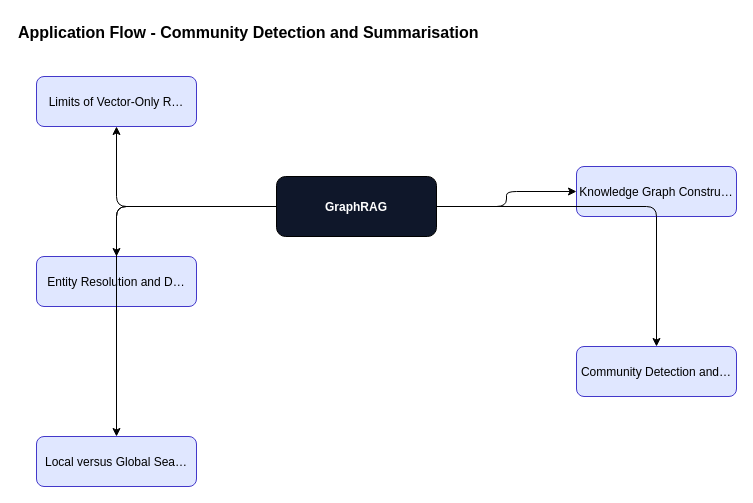
ankit05121980/AI-University keeps this draw.io diagram as content/graphrag/graphrag-foundations/diagrams/fig-005-application-flow.drawio. Above is the earlier version. Source tidied: cells renumbered, new cells numbered last; positions are measured from the earlier drawing's top-left corner, leaving out a move shared by most shapes. Both pictures are drawn from the tidied source at 100%, with x=0, y=0 at pixel (16, 16).
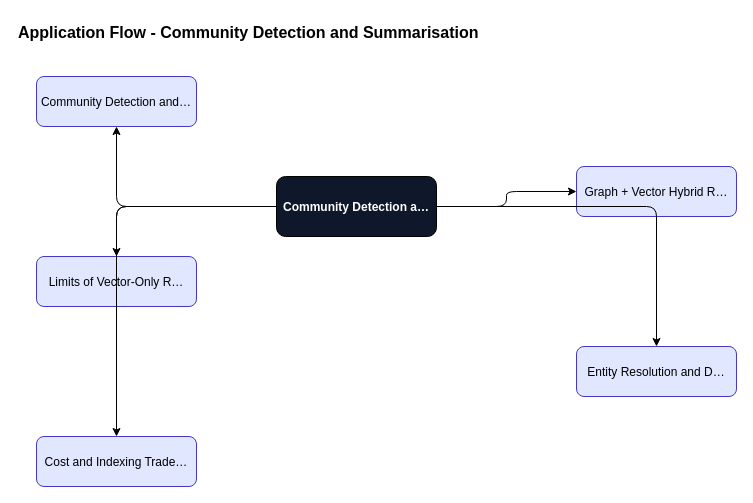
The same diagram, later.

What changed in the source:
```diff
@@
 <mxGraphModel>
   <root>
     <mxCell id="0" />
     <mxCell id="1" parent="0" />
     <mxCell id="2" value="Application Flow - Community Detection and Summarisation" style="text;fontSize=16;fontStyle=1;" parent="1" vertex="1">
       <mxGeometry width="600" height="30" as="geometry" />
     </mxCell>
-    <mxCell id="3" value="GraphRAG" style="rounded=1;fillColor=#0f172a;fontColor=#ffffff;fontStyle=1;" parent="1" vertex="1">
+    <mxCell id="3" value="Community Detection a…" style="rounded=1;fillColor=#0f172a;fontColor=#ffffff;fontStyle=1;" parent="1" vertex="1">
       <mxGeometry x="260" y="160" width="160" height="60" as="geometry" />
     </mxCell>
-    <mxCell id="4" value="Limits of Vector-Only R…" style="rounded=1;fillColor=#e0e7ff;strokeColor=#4338ca;" parent="1" vertex="1">
+    <mxCell id="4" value="Community Detection and…" style="rounded=1;fillColor=#e0e7ff;strokeColor=#4338ca;" parent="1" vertex="1">
       <mxGeometry x="20" y="60" width="160" height="50" as="geometry" />
     </mxCell>
     <mxCell id="5" style="edgeStyle=orthogonalEdgeStyle;" parent="1" edge="1" source="3" target="4">
       <mxGeometry relative="1" as="geometry" />
     </mxCell>
-    <mxCell id="6" value="Knowledge Graph Constru…" style="rounded=1;fillColor=#e0e7ff;strokeColor=#4338ca;" parent="1" vertex="1">
+    <mxCell id="6" value="Graph + Vector Hybrid R…" style="rounded=1;fillColor=#e0e7ff;strokeColor=#4338ca;" parent="1" vertex="1">
       <mxGeometry x="560" y="150" width="160" height="50" as="geometry" />
     </mxCell>
     <mxCell id="7" style="edgeStyle=orthogonalEdgeStyle;" parent="1" edge="1" source="3" target="6">
       <mxGeometry relative="1" as="geometry" />
     </mxCell>
-    <mxCell id="8" value="Entity Resolution and D…" style="rounded=1;fillColor=#e0e7ff;strokeColor=#4338ca;" parent="1" vertex="1">
+    <mxCell id="8" value="Limits of Vector-Only R…" style="rounded=1;fillColor=#e0e7ff;strokeColor=#4338ca;" parent="1" vertex="1">
       <mxGeometry x="20" y="240" width="160" height="50" as="geometry" />
     </mxCell>
     <mxCell id="9" style="edgeStyle=orthogonalEdgeStyle;" parent="1" edge="1" source="3" target="8">
       <mxGeometry relative="1" as="geometry" />
     </mxCell>
-    <mxCell id="10" value="Community Detection and…" style="rounded=1;fillColor=#e0e7ff;strokeColor=#4338ca;" parent="1" vertex="1">
+    <mxCell id="10" value="Entity Resolution and D…" style="rounded=1;fillColor=#e0e7ff;strokeColor=#4338ca;" parent="1" vertex="1">
       <mxGeometry x="560" y="330" width="160" height="50" as="geometry" />
     </mxCell>
     <mxCell id="11" style="edgeStyle=orthogonalEdgeStyle;" parent="1" edge="1" source="3" target="10">
       <mxGeometry relative="1" as="geometry" />
     </mxCell>
-    <mxCell id="12" value="Local versus Global Sea…" style="rounded=1;fillColor=#e0e7ff;strokeColor=#4338ca;" parent="1" vertex="1">
+    <mxCell id="12" value="Cost and Indexing Trade…" style="rounded=1;fillColor=#e0e7ff;strokeColor=#4338ca;" parent="1" vertex="1">
       <mxGeometry x="20" y="420" width="160" height="50" as="geometry" />
     </mxCell>
     <mxCell id="13" style="edgeStyle=orthogonalEdgeStyle;" parent="1" edge="1" source="3" target="12">
       <mxGeometry relative="1" as="geometry" />
     </mxCell>
   </root>
 </mxGraphModel>
```
